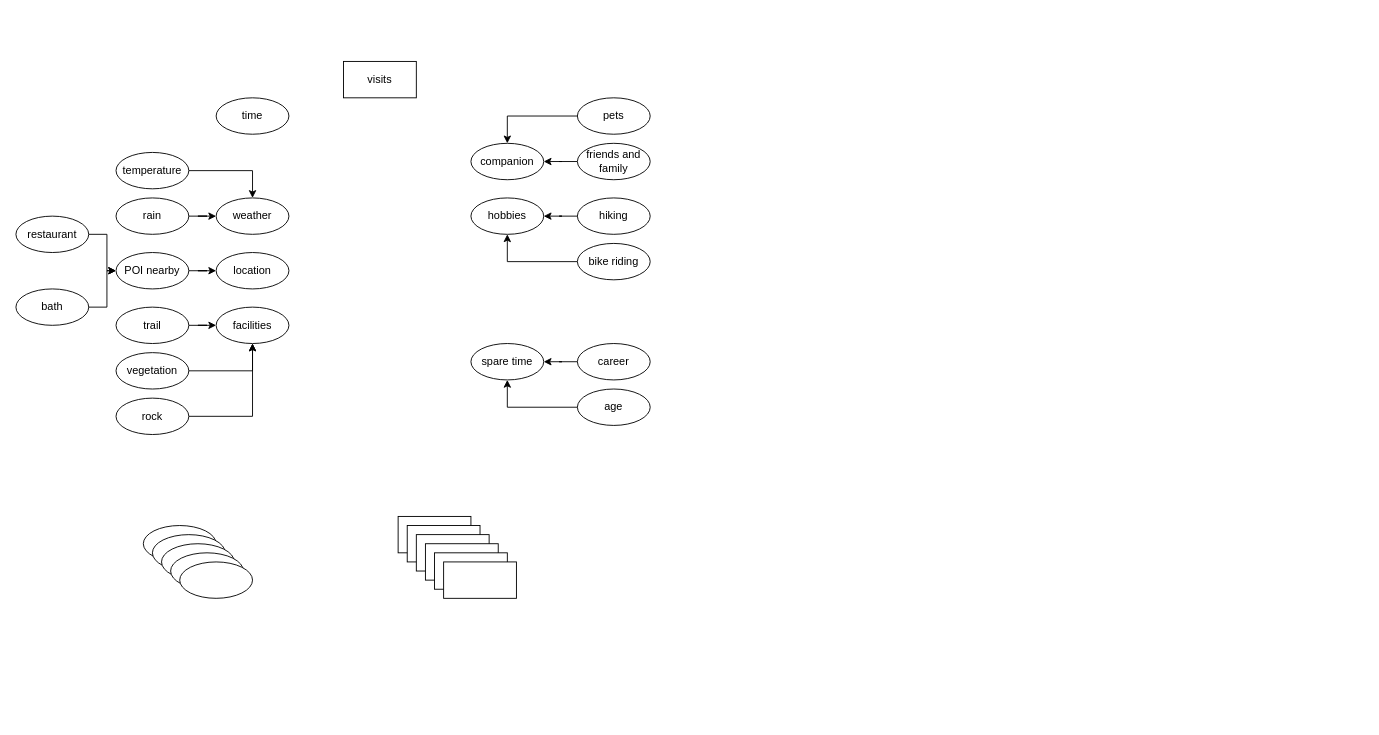
Before: ra.drawio in CaptainCCCP/Draw-io-cloud, a draw.io diagram. Source tidied: cells renumbered, new cells numbered last; positions are measured from the earlier drawing's top-left corner, leaving out a move shared by most shapes. Both pictures are drawn from the tidied source at 91%, with x=0, y=0 at pixel (15, 61).
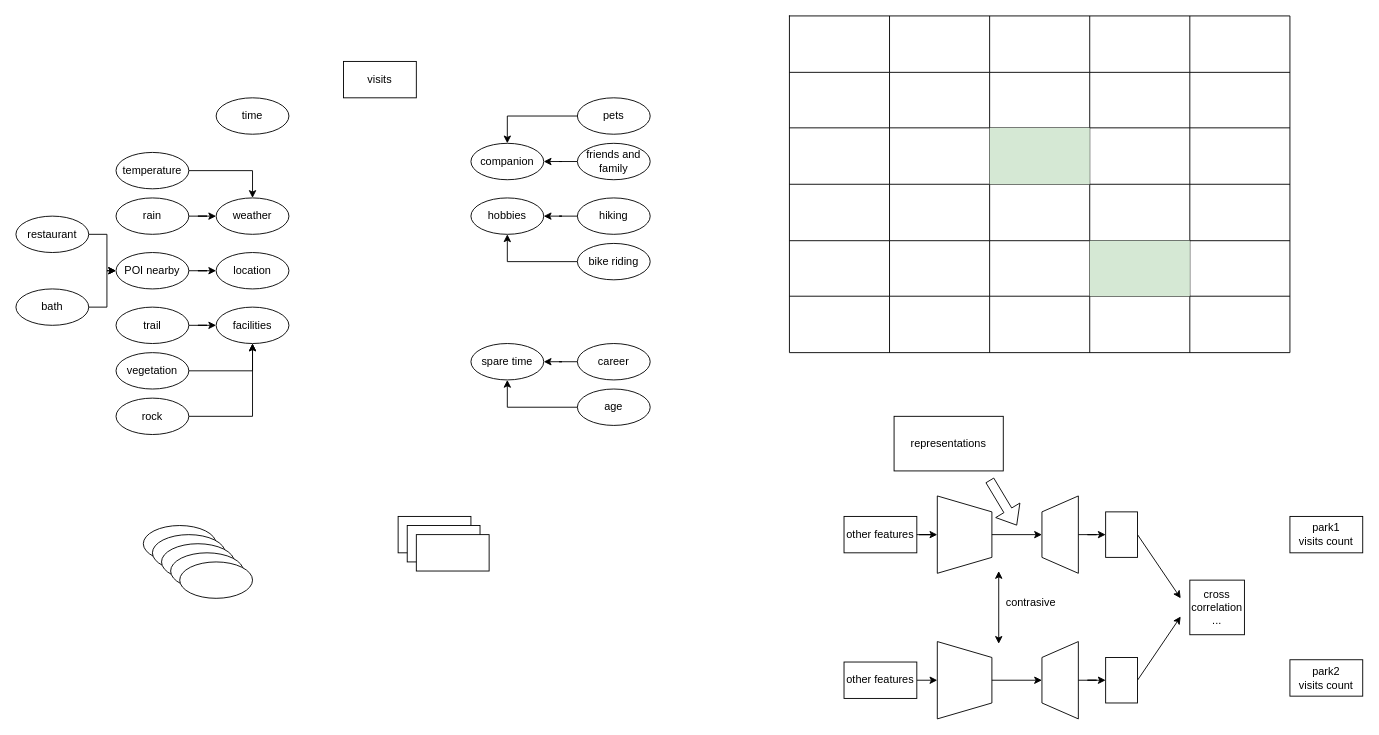
The same diagram, later.

The edit, as a diff of the source:
```diff
@@
-    <mxCell id="46" style="rounded=0;whiteSpace=wrap;html=1;" parent="1" vertex="1">
-      <mxGeometry x="450" y="530" width="80" height="40" as="geometry" />
+    <mxCell id="46" value="cross correlation&lt;div&gt;...&lt;/div&gt;" style="rounded=0;whiteSpace=wrap;html=1;" parent="1" vertex="1">
+      <mxGeometry x="1290" y="570" width="60" height="60" as="geometry" />
     </mxCell>
-    <mxCell id="47" style="rounded=0;whiteSpace=wrap;html=1;" parent="1" vertex="1">
-      <mxGeometry x="460" y="540" width="80" height="40" as="geometry" />
+    <mxCell id="47" value="other features" style="rounded=0;whiteSpace=wrap;html=1;" parent="1" vertex="1">
+      <mxGeometry x="910" y="500" width="80" height="40" as="geometry" />
     </mxCell>
-    <mxCell id="48" style="rounded=0;whiteSpace=wrap;html=1;" parent="1" vertex="1">
-      <mxGeometry x="470" y="550" width="80" height="40" as="geometry" />
+    <mxCell id="48" value="park1&lt;div&gt;visits count&lt;/div&gt;" style="rounded=0;whiteSpace=wrap;html=1;" parent="1" vertex="1">
+      <mxGeometry x="1400" y="500" width="80" height="40" as="geometry" />
     </mxCell>
+    <mxCell id="49" style="shape=table;startSize=0;childLayout=tableLayout;fontSize=16;" parent="1" vertex="1">
+      <mxGeometry x="850" y="-50" width="550" height="370" as="geometry" />
+    </mxCell>
+    <mxCell id="50" style="shape=tableRow;horizontal=0;startSize=0;swimlaneHead=0;swimlaneBody=0;strokeColor=inherit;top=0;left=0;bottom=0;right=0;fillColor=none;fontSize=16;" parent="49" vertex="1">
+      <mxGeometry width="550" height="62" as="geometry" />
+    </mxCell>
+    <mxCell id="51" style="shape=partialRectangle;html=1;whiteSpace=wrap;strokeColor=inherit;overflow=hidden;fillColor=none;top=0;left=0;bottom=0;right=0;fontSize=16;" parent="50" vertex="1">
+      <mxGeometry width="110" height="62" as="geometry" />
+    </mxCell>
+    <mxCell id="52" style="shape=partialRectangle;html=1;whiteSpace=wrap;strokeColor=inherit;overflow=hidden;fillColor=none;top=0;left=0;bottom=0;right=0;fontSize=16;" parent="50" vertex="1">
+      <mxGeometry x="110" width="110" height="62" as="geometry" />
+    </mxCell>
+    <mxCell id="53" style="shape=partialRectangle;html=1;whiteSpace=wrap;strokeColor=inherit;overflow=hidden;fillColor=none;top=0;left=0;bottom=0;right=0;fontSize=16;" parent="50" vertex="1">
+      <mxGeometry x="220" width="110" height="62" as="geometry" />
+    </mxCell>
+    <mxCell id="54" style="shape=partialRectangle;html=1;whiteSpace=wrap;strokeColor=inherit;overflow=hidden;fillColor=none;top=0;left=0;bottom=0;right=0;fontSize=16;" parent="50" vertex="1">
+      <mxGeometry x="330" width="110" height="62" as="geometry" />
+    </mxCell>
+    <mxCell id="55" style="shape=partialRectangle;html=1;whiteSpace=wrap;strokeColor=inherit;overflow=hidden;fillColor=none;top=0;left=0;bottom=0;right=0;fontSize=16;" parent="50" vertex="1">
+      <mxGeometry x="440" width="110" height="62" as="geometry" />
+    </mxCell>
+    <mxCell id="56" style="shape=tableRow;horizontal=0;startSize=0;swimlaneHead=0;swimlaneBody=0;strokeColor=inherit;top=0;left=0;bottom=0;right=0;fillColor=none;fontSize=16;" parent="49" vertex="1">
+      <mxGeometry y="62" width="550" height="61" as="geometry" />
+    </mxCell>
+    <mxCell id="57" style="shape=partialRectangle;html=1;whiteSpace=wrap;strokeColor=inherit;overflow=hidden;fillColor=none;top=0;left=0;bottom=0;right=0;fontSize=16;" parent="56" vertex="1">
+      <mxGeometry width="110" height="61" as="geometry" />
+    </mxCell>
+    <mxCell id="58" style="shape=partialRectangle;html=1;whiteSpace=wrap;strokeColor=inherit;overflow=hidden;fillColor=none;top=0;left=0;bottom=0;right=0;fontSize=16;" parent="56" vertex="1">
+      <mxGeometry x="110" width="110" height="61" as="geometry" />
+    </mxCell>
+    <mxCell id="59" style="shape=partialRectangle;html=1;whiteSpace=wrap;strokeColor=inherit;overflow=hidden;fillColor=none;top=0;left=0;bottom=0;right=0;fontSize=16;" parent="56" vertex="1">
+      <mxGeometry x="220" width="110" height="61" as="geometry" />
+    </mxCell>
+    <mxCell id="60" style="shape=partialRectangle;html=1;whiteSpace=wrap;strokeColor=inherit;overflow=hidden;fillColor=none;top=0;left=0;bottom=0;right=0;fontSize=16;" parent="56" vertex="1">
+      <mxGeometry x="330" width="110" height="61" as="geometry" />
+    </mxCell>
+    <mxCell id="61" style="shape=partialRectangle;html=1;whiteSpace=wrap;strokeColor=inherit;overflow=hidden;fillColor=none;top=0;left=0;bottom=0;right=0;fontSize=16;" parent="56" vertex="1">
+      <mxGeometry x="440" width="110" height="61" as="geometry" />
+    </mxCell>
+    <mxCell id="62" style="shape=tableRow;horizontal=0;startSize=0;swimlaneHead=0;swimlaneBody=0;strokeColor=inherit;top=0;left=0;bottom=0;right=0;fillColor=none;fontSize=16;" parent="49" vertex="1">
+      <mxGeometry y="123" width="550" height="62" as="geometry" />
+    </mxCell>
+    <mxCell id="63" style="shape=partialRectangle;html=1;whiteSpace=wrap;strokeColor=inherit;overflow=hidden;fillColor=none;top=0;left=0;bottom=0;right=0;fontSize=16;" parent="62" vertex="1">
+      <mxGeometry width="110" height="62" as="geometry" />
+    </mxCell>
+    <mxCell id="64" style="shape=partialRectangle;html=1;whiteSpace=wrap;strokeColor=inherit;overflow=hidden;fillColor=none;top=0;left=0;bottom=0;right=0;fontSize=16;" parent="62" vertex="1">
+      <mxGeometry x="110" width="110" height="62" as="geometry" />
+    </mxCell>
+    <mxCell id="65" style="shape=partialRectangle;html=1;whiteSpace=wrap;strokeColor=#82b366;overflow=hidden;fillColor=#d5e8d4;top=0;left=0;bottom=0;right=0;fontSize=16;" parent="62" vertex="1">
+      <mxGeometry x="220" width="110" height="62" as="geometry" />
+    </mxCell>
+    <mxCell id="66" style="shape=partialRectangle;html=1;whiteSpace=wrap;strokeColor=inherit;overflow=hidden;fillColor=none;top=0;left=0;bottom=0;right=0;fontSize=16;" parent="62" vertex="1">
+      <mxGeometry x="330" width="110" height="62" as="geometry" />
+    </mxCell>
+    <mxCell id="67" style="shape=partialRectangle;html=1;whiteSpace=wrap;strokeColor=inherit;overflow=hidden;fillColor=none;top=0;left=0;bottom=0;right=0;fontSize=16;" parent="62" vertex="1">
+      <mxGeometry x="440" width="110" height="62" as="geometry" />
+    </mxCell>
+    <mxCell id="68" style="shape=tableRow;horizontal=0;startSize=0;swimlaneHead=0;swimlaneBody=0;strokeColor=inherit;top=0;left=0;bottom=0;right=0;fillColor=none;fontSize=16;" parent="49" vertex="1">
+      <mxGeometry y="185" width="550" height="62" as="geometry" />
+    </mxCell>
+    <mxCell id="69" style="shape=partialRectangle;html=1;whiteSpace=wrap;strokeColor=inherit;overflow=hidden;fillColor=none;top=0;left=0;bottom=0;right=0;fontSize=16;" parent="68" vertex="1">
+      <mxGeometry width="110" height="62" as="geometry" />
+    </mxCell>
+    <mxCell id="70" style="shape=partialRectangle;html=1;whiteSpace=wrap;strokeColor=inherit;overflow=hidden;fillColor=none;top=0;left=0;bottom=0;right=0;fontSize=16;" parent="68" vertex="1">
+      <mxGeometry x="110" width="110" height="62" as="geometry" />
+    </mxCell>
+    <mxCell id="71" style="shape=partialRectangle;html=1;whiteSpace=wrap;strokeColor=inherit;overflow=hidden;fillColor=none;top=0;left=0;bottom=0;right=0;fontSize=16;" parent="68" vertex="1">
+      <mxGeometry x="220" width="110" height="62" as="geometry" />
+    </mxCell>
+    <mxCell id="72" style="shape=partialRectangle;html=1;whiteSpace=wrap;strokeColor=inherit;overflow=hidden;fillColor=none;top=0;left=0;bottom=0;right=0;fontSize=16;" parent="68" vertex="1">
+      <mxGeometry x="330" width="110" height="62" as="geometry" />
+    </mxCell>
+    <mxCell id="73" style="shape=partialRectangle;html=1;whiteSpace=wrap;strokeColor=inherit;overflow=hidden;fillColor=none;top=0;left=0;bottom=0;right=0;fontSize=16;" parent="68" vertex="1">
+      <mxGeometry x="440" width="110" height="62" as="geometry" />
+    </mxCell>
+    <mxCell id="74" style="shape=tableRow;horizontal=0;startSize=0;swimlaneHead=0;swimlaneBody=0;strokeColor=inherit;top=0;left=0;bottom=0;right=0;fillColor=none;fontSize=16;" parent="49" vertex="1">
+      <mxGeometry y="247" width="550" height="61" as="geometry" />
+    </mxCell>
+    <mxCell id="75" style="shape=partialRectangle;html=1;whiteSpace=wrap;strokeColor=inherit;overflow=hidden;fillColor=none;top=0;left=0;bottom=0;right=0;fontSize=16;" parent="74" vertex="1">
+      <mxGeometry width="110" height="61" as="geometry" />
+    </mxCell>
+    <mxCell id="76" style="shape=partialRectangle;html=1;whiteSpace=wrap;strokeColor=inherit;overflow=hidden;fillColor=none;top=0;left=0;bottom=0;right=0;fontSize=16;" parent="74" vertex="1">
+      <mxGeometry x="110" width="110" height="61" as="geometry" />
+    </mxCell>
+    <mxCell id="77" style="shape=partialRectangle;html=1;whiteSpace=wrap;strokeColor=inherit;overflow=hidden;fillColor=none;top=0;left=0;bottom=0;right=0;fontSize=16;" parent="74" vertex="1">
+      <mxGeometry x="220" width="110" height="61" as="geometry" />
+    </mxCell>
+    <mxCell id="78" style="shape=partialRectangle;html=1;whiteSpace=wrap;strokeColor=#82b366;overflow=hidden;fillColor=#d5e8d4;top=0;left=0;bottom=0;right=0;fontSize=16;" parent="74" vertex="1">
+      <mxGeometry x="330" width="110" height="61" as="geometry" />
+    </mxCell>
+    <mxCell id="79" style="shape=partialRectangle;html=1;whiteSpace=wrap;strokeColor=inherit;overflow=hidden;fillColor=none;top=0;left=0;bottom=0;right=0;fontSize=16;" parent="74" vertex="1">
+      <mxGeometry x="440" width="110" height="61" as="geometry" />
+    </mxCell>
+    <mxCell id="80" style="shape=tableRow;horizontal=0;startSize=0;swimlaneHead=0;swimlaneBody=0;strokeColor=inherit;top=0;left=0;bottom=0;right=0;fillColor=none;fontSize=16;" parent="49" vertex="1">
+      <mxGeometry y="308" width="550" height="62" as="geometry" />
+    </mxCell>
+    <mxCell id="81" style="shape=partialRectangle;html=1;whiteSpace=wrap;strokeColor=inherit;overflow=hidden;fillColor=none;top=0;left=0;bottom=0;right=0;fontSize=16;" parent="80" vertex="1">
+      <mxGeometry width="110" height="62" as="geometry" />
+    </mxCell>
+    <mxCell id="82" style="shape=partialRectangle;html=1;whiteSpace=wrap;strokeColor=inherit;overflow=hidden;fillColor=none;top=0;left=0;bottom=0;right=0;fontSize=16;" parent="80" vertex="1">
+      <mxGeometry x="110" width="110" height="62" as="geometry" />
+    </mxCell>
+    <mxCell id="83" style="shape=partialRectangle;html=1;whiteSpace=wrap;strokeColor=inherit;overflow=hidden;fillColor=none;top=0;left=0;bottom=0;right=0;fontSize=16;" parent="80" vertex="1">
+      <mxGeometry x="220" width="110" height="62" as="geometry" />
+    </mxCell>
+    <mxCell id="84" style="shape=partialRectangle;html=1;whiteSpace=wrap;strokeColor=inherit;overflow=hidden;fillColor=none;top=0;left=0;bottom=0;right=0;fontSize=16;" parent="80" vertex="1">
+      <mxGeometry x="330" width="110" height="62" as="geometry" />
+    </mxCell>
+    <mxCell id="85" style="shape=partialRectangle;html=1;whiteSpace=wrap;strokeColor=inherit;overflow=hidden;fillColor=none;top=0;left=0;bottom=0;right=0;fontSize=16;" parent="80" vertex="1">
+      <mxGeometry x="440" width="110" height="62" as="geometry" />
+    </mxCell>
+    <mxCell id="86" style="edgeStyle=orthogonalEdgeStyle;rounded=0;jettySize=auto;html=1;exitX=1;exitY=0.5;exitDx=0;exitDy=0;entryX=0.5;entryY=1;entryDx=0;entryDy=0;" parent="1" edge="1" source="87" target="100">
+      <mxGeometry relative="1" as="geometry" />
+    </mxCell>
+    <mxCell id="87" value="other features" style="rounded=0;whiteSpace=wrap;html=1;" parent="1" vertex="1">
+      <mxGeometry x="910" y="660" width="80" height="40" as="geometry" />
+    </mxCell>
+    <mxCell id="88" value="park2&lt;div&gt;visits count&lt;/div&gt;" style="rounded=0;whiteSpace=wrap;html=1;" parent="1" vertex="1">
+      <mxGeometry x="1400" y="657.5" width="80" height="40" as="geometry" />
+    </mxCell>
+    <mxCell id="89" style="endArrow=classic;startArrow=classic;html=1;rounded=0;entryX=0;entryY=1.167;entryDx=0;entryDy=0;entryPerimeter=0;" parent="1" edge="1">
+      <mxGeometry relative="1" as="geometry">
+        <mxPoint x="1080" y="640" as="sourcePoint" />
+        <mxPoint x="1080" y="560" as="targetPoint" />
+      </mxGeometry>
+    </mxCell>
+    <mxCell id="90" value="contrasive" style="text;html=1;align=center;verticalAlign=middle;strokeColor=none;fillColor=none;" parent="1" vertex="1">
+      <mxGeometry x="1075" y="580" width="80" height="30" as="geometry" />
+    </mxCell>
+    <mxCell id="91" style="edgeStyle=orthogonalEdgeStyle;rounded=0;jettySize=auto;html=1;" parent="1" edge="1" source="47" target="92">
+      <mxGeometry relative="1" as="geometry" />
+    </mxCell>
+    <mxCell id="92" style="shape=trapezoid;perimeter=trapezoidPerimeter;whiteSpace=wrap;html=1;fixedSize=1;rotation=90;size=17.5;" parent="1" vertex="1">
+      <mxGeometry x="1000" y="490" width="85" height="60" as="geometry" />
+    </mxCell>
+    <mxCell id="93" style="edgeStyle=orthogonalEdgeStyle;rounded=0;jettySize=auto;html=1;" parent="1" edge="1" source="92" target="94">
+      <mxGeometry relative="1" as="geometry" />
+    </mxCell>
+    <mxCell id="94" style="shape=trapezoid;perimeter=trapezoidPerimeter;whiteSpace=wrap;html=1;fixedSize=1;rotation=-90;size=17.5;" parent="1" vertex="1">
+      <mxGeometry x="1105" y="500" width="85" height="40" as="geometry" />
+    </mxCell>
+    <mxCell id="95" style="edgeStyle=orthogonalEdgeStyle;rounded=0;jettySize=auto;html=1;" parent="1" edge="1" source="94" target="97">
+      <mxGeometry relative="1" as="geometry" />
+    </mxCell>
+    <mxCell id="96" style="rounded=0;jettySize=auto;html=1;exitX=0.5;exitY=1;exitDx=0;exitDy=0;" parent="1" edge="1" source="97">
+      <mxGeometry relative="1" as="geometry">
+        <mxPoint x="1280" y="590" as="targetPoint" />
+      </mxGeometry>
+    </mxCell>
+    <mxCell id="97" style="rounded=0;whiteSpace=wrap;html=1;rotation=-90;" parent="1" vertex="1">
+      <mxGeometry x="1190" y="502.5" width="50" height="35" as="geometry" />
+    </mxCell>
+    <mxCell id="98" style="shape=flexArrow;endArrow=classic;html=1;rounded=0;" parent="1" edge="1">
+      <mxGeometry relative="1" as="geometry">
+        <mxPoint x="1070" y="460" as="sourcePoint" />
+        <mxPoint x="1100" y="510" as="targetPoint" />
+      </mxGeometry>
+    </mxCell>
+    <mxCell id="99" value="representations" style="rounded=0;whiteSpace=wrap;html=1;" parent="1" vertex="1">
+      <mxGeometry x="965" y="390" width="120" height="60" as="geometry" />
+    </mxCell>
+    <mxCell id="100" style="shape=trapezoid;perimeter=trapezoidPerimeter;whiteSpace=wrap;html=1;fixedSize=1;rotation=90;size=17.5;" parent="1" vertex="1">
+      <mxGeometry x="1000" y="650" width="85" height="60" as="geometry" />
+    </mxCell>
+    <mxCell id="101" style="edgeStyle=orthogonalEdgeStyle;rounded=0;jettySize=auto;html=1;" parent="1" edge="1" source="100" target="102">
+      <mxGeometry relative="1" as="geometry" />
+    </mxCell>
+    <mxCell id="102" style="shape=trapezoid;perimeter=trapezoidPerimeter;whiteSpace=wrap;html=1;fixedSize=1;rotation=-90;size=17.5;" parent="1" vertex="1">
+      <mxGeometry x="1105" y="660" width="85" height="40" as="geometry" />
+    </mxCell>
+    <mxCell id="103" style="edgeStyle=orthogonalEdgeStyle;rounded=0;jettySize=auto;html=1;" parent="1" edge="1" source="102" target="105">
+      <mxGeometry relative="1" as="geometry" />
+    </mxCell>
+    <mxCell id="104" style="rounded=0;jettySize=auto;html=1;exitX=0.5;exitY=1;exitDx=0;exitDy=0;" parent="1" edge="1" source="105">
+      <mxGeometry relative="1" as="geometry">
+        <mxPoint x="1280" y="610" as="targetPoint" />
+      </mxGeometry>
+    </mxCell>
+    <mxCell id="105" style="rounded=0;whiteSpace=wrap;html=1;rotation=-90;" parent="1" vertex="1">
+      <mxGeometry x="1190" y="662.5" width="50" height="35" as="geometry" />
+    </mxCell>
```
